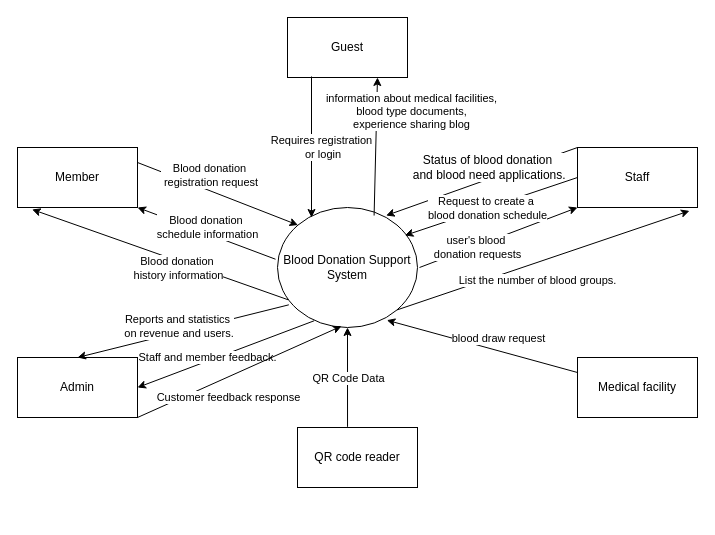
Above: ContextDiagram.drawio in ThanhDucP/SU25_SWP391 (draw.io), before the change. Source tidied: cells renumbered, new cells numbered last; positions are measured from the earlier drawing's top-left corner, leaving out a move shared by most shapes. Both pictures are drawn from the tidied source at 100%, with x=0, y=0 at pixel (17, 17).
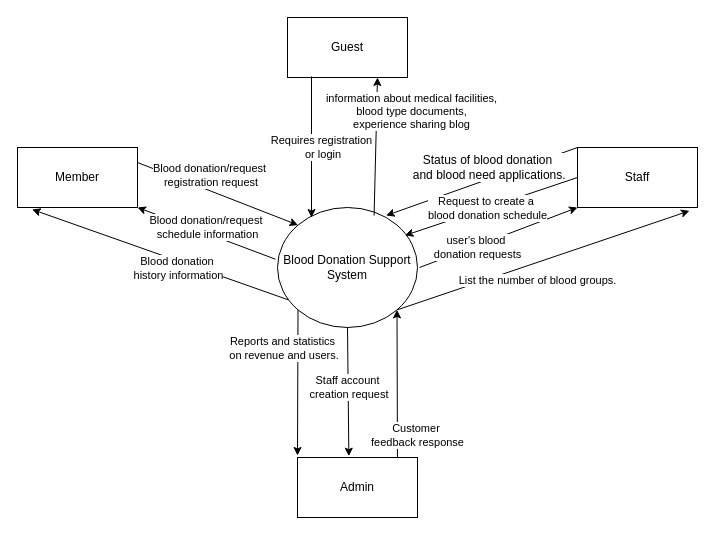
Above is the later version.

Commit message:
Cập nhật ContextDiagram.drawio

Unchanged cells that the change refers to:
```xml
<mxCell id="2" value="&lt;div&gt;Blood Donation Support System&lt;/div&gt;" style="ellipse;whiteSpace=wrap;html=1;" parent="1" vertex="1">
  <mxGeometry x="260" y="190" width="140" height="120" as="geometry" />
</mxCell>
<mxCell id="13" style="endArrow=classic;html=1;rounded=0;exitX=1;exitY=0.25;exitDx=0;exitDy=0;entryX=0;entryY=0;entryDx=0;entryDy=0;" parent="1" edge="1" source="4" target="2">
  <mxGeometry relative="1" as="geometry" />
</mxCell>
<mxCell id="15" style="endArrow=classic;html=1;rounded=0;exitX=-0.014;exitY=0.431;exitDx=0;exitDy=0;exitPerimeter=0;entryX=1;entryY=1;entryDx=0;entryDy=0;" parent="1" edge="1" source="2" target="4">
  <mxGeometry relative="1" as="geometry" />
</mxCell>
```

Change to the diagram source:
```diff
@@
     <mxCell id="6" value="Admin" style="rounded=0;whiteSpace=wrap;html=1;" parent="1" vertex="1">
-      <mxGeometry y="340" width="120" height="60" as="geometry" />
+      <mxGeometry x="280" y="440" width="120" height="60" as="geometry" />
     </mxCell>
-    <mxCell id="7" value="QR code reader" style="rounded=0;whiteSpace=wrap;html=1;" parent="1" vertex="1">
-      <mxGeometry x="280" y="410" width="120" height="60" as="geometry" />
-    </mxCell>
-    <mxCell id="8" value="Medical facility" style="rounded=0;whiteSpace=wrap;html=1;" parent="1" vertex="1">
-      <mxGeometry x="560" y="340" width="120" height="60" as="geometry" />
-    </mxCell>
@@
-    <mxCell id="14" value="Blood donation&lt;div&gt;&amp;nbsp;registration request&lt;/div&gt;" style="edgeLabel;html=1;align=center;verticalAlign=middle;" parent="13" vertex="1">
+    <mxCell id="14" value="Blood donation/request&lt;div&gt;&amp;nbsp;registration request&lt;/div&gt;" style="edgeLabel;html=1;align=center;verticalAlign=middle;" parent="13" vertex="1">
       <mxGeometry x="-0.34" y="2" relative="1" as="geometry">
         <mxPoint x="18" y="-6" as="offset" />
       </mxGeometry>
     </mxCell>
@@
-    <mxCell id="16" value="Blood donation&amp;nbsp;&lt;div&gt;schedule information&lt;/div&gt;" style="edgeLabel;html=1;align=center;verticalAlign=middle;" parent="15" vertex="1">
+    <mxCell id="16" value="Blood donation/request&amp;nbsp;&lt;div&gt;schedule information&lt;/div&gt;" style="edgeLabel;html=1;align=center;verticalAlign=middle;" parent="15" vertex="1">
       <mxGeometry x="0.09" y="-2" relative="1" as="geometry">
         <mxPoint x="6" y="-2" as="offset" />
       </mxGeometry>
     </mxCell>
@@
-    <mxCell id="27" style="endArrow=classic;html=1;rounded=0;exitX=0;exitY=0.25;exitDx=0;exitDy=0;entryX=0.781;entryY=0.939;entryDx=0;entryDy=0;entryPerimeter=0;" parent="1" edge="1" source="8" target="2">
-      <mxGeometry relative="1" as="geometry" />
-    </mxCell>
-    <mxCell id="28" value="blood draw request" style="edgeLabel;html=1;align=center;verticalAlign=middle;" parent="27" vertex="1">
-      <mxGeometry x="-0.17" relative="1" as="geometry">
-        <mxPoint y="-13" as="offset" />
-      </mxGeometry>
-    </mxCell>
-    <mxCell id="29" style="endArrow=classic;html=1;rounded=0;exitX=0.417;exitY=-0.011;exitDx=0;exitDy=0;entryX=0.5;entryY=1;entryDx=0;entryDy=0;exitPerimeter=0;" parent="1" edge="1" source="7" target="2">
-      <mxGeometry relative="1" as="geometry" />
-    </mxCell>
-    <mxCell id="30" value="QR Code Data" style="edgeLabel;html=1;align=center;verticalAlign=middle;" parent="29" vertex="1">
-      <mxGeometry x="0.05" y="3" relative="1" as="geometry">
-        <mxPoint x="3" y="3" as="offset" />
-      </mxGeometry>
-    </mxCell>
-    <mxCell id="31" style="endArrow=classic;html=1;rounded=0;exitX=0.081;exitY=0.811;exitDx=0;exitDy=0;entryX=0.5;entryY=0;entryDx=0;entryDy=0;exitPerimeter=0;" parent="1" edge="1" source="2" target="6">
-      <mxGeometry relative="1" as="geometry" />
+    <mxCell id="31" style="endArrow=classic;html=1;rounded=0;exitX=0;exitY=1;exitDx=0;exitDy=0;" parent="1" edge="1" source="2">
+      <mxGeometry relative="1" as="geometry">
+        <mxPoint x="280" y="438" as="targetPoint" />
+      </mxGeometry>
     </mxCell>
     <mxCell id="32" value="Reports and statistics&lt;div&gt;&amp;nbsp;on revenue and users.&lt;/div&gt;" style="edgeLabel;html=1;align=center;verticalAlign=middle;" parent="31" vertex="1">
       <mxGeometry x="0.28" y="-4" relative="1" as="geometry">
-        <mxPoint x="24" y="-9" as="offset" />
+        <mxPoint x="-12" y="-55" as="offset" />
       </mxGeometry>
     </mxCell>
-    <mxCell id="33" style="endArrow=classic;html=1;rounded=0;exitX=0.262;exitY=0.944;exitDx=0;exitDy=0;exitPerimeter=0;entryX=1;entryY=0.5;entryDx=0;entryDy=0;" parent="1" edge="1" source="2" target="6">
+    <mxCell id="33" style="endArrow=classic;html=1;rounded=0;exitX=0.5;exitY=1;exitDx=0;exitDy=0;entryX=0.428;entryY=-0.022;entryDx=0;entryDy=0;entryPerimeter=0;" parent="1" edge="1" source="2" target="6">
       <mxGeometry relative="1" as="geometry" />
     </mxCell>
-    <mxCell id="34" value="Staff and&amp;nbsp;&lt;span style=&quot;background-color: light-dark(#ffffff, var(--ge-dark-color, #121212)); color: light-dark(rgb(0, 0, 0), rgb(255, 255, 255));&quot;&gt;member feedback.&lt;/span&gt;" style="edgeLabel;html=1;align=center;verticalAlign=middle;" parent="33" vertex="1">
+    <mxCell id="34" value="Staff account&lt;div&gt;&amp;nbsp;creation request&lt;/div&gt;" style="edgeLabel;html=1;align=center;verticalAlign=middle;" parent="33" vertex="1">
       <mxGeometry x="0.24" y="-2" relative="1" as="geometry">
-        <mxPoint x="3" y="-3" as="offset" />
+        <mxPoint x="1" y="-21" as="offset" />
       </mxGeometry>
     </mxCell>
-    <mxCell id="35" style="endArrow=classic;html=1;rounded=0;exitX=1;exitY=1;exitDx=0;exitDy=0;entryX=0.457;entryY=0.989;entryDx=0;entryDy=0;entryPerimeter=0;" parent="1" edge="1" source="6" target="2">
+    <mxCell id="35" style="endArrow=classic;html=1;rounded=0;exitX=0.833;exitY=0;exitDx=0;exitDy=0;entryX=1;entryY=1;entryDx=0;entryDy=0;exitPerimeter=0;" parent="1" edge="1" source="6" target="2">
       <mxGeometry relative="1" as="geometry" />
     </mxCell>
-    <mxCell id="36" value="Customer feedback response" style="edgeLabel;html=1;align=center;verticalAlign=middle;" parent="35" vertex="1">
+    <mxCell id="36" value="Customer&amp;nbsp;&lt;div&gt;feedback response&lt;/div&gt;" style="edgeLabel;html=1;align=center;verticalAlign=middle;" parent="35" vertex="1">
       <mxGeometry x="-0.36" y="3" relative="1" as="geometry">
-        <mxPoint x="26" y="12" as="offset" />
+        <mxPoint x="23" y="24" as="offset" />
       </mxGeometry>
     </mxCell>
```
